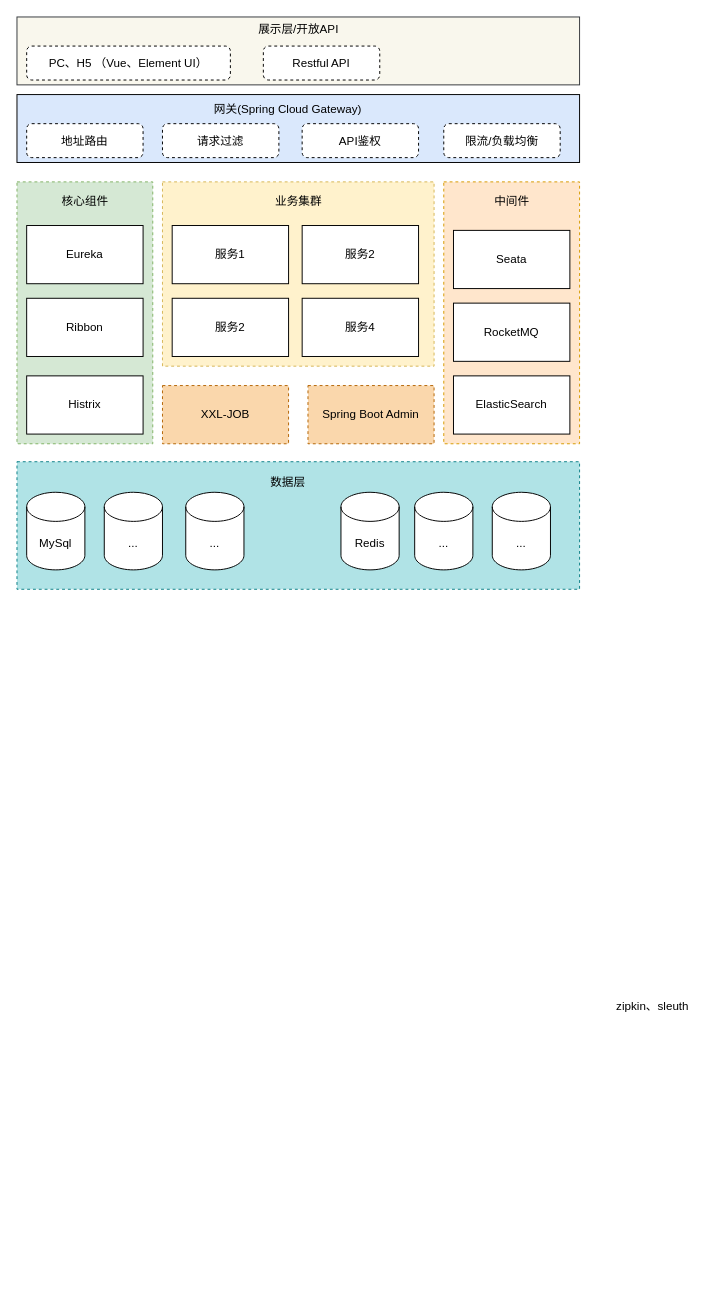
cherishsince/diagrams.net keeps this draw.io diagram as 云his/分布式 云his.drawio. Above is the earlier version. Source tidied: cells renumbered, new cells numbered last; positions are measured from the earlier drawing's top-left corner, leaving out a move shared by most shapes. Both pictures are drawn from the tidied source at 97%, with x=0, y=0 at pixel (16, 16).
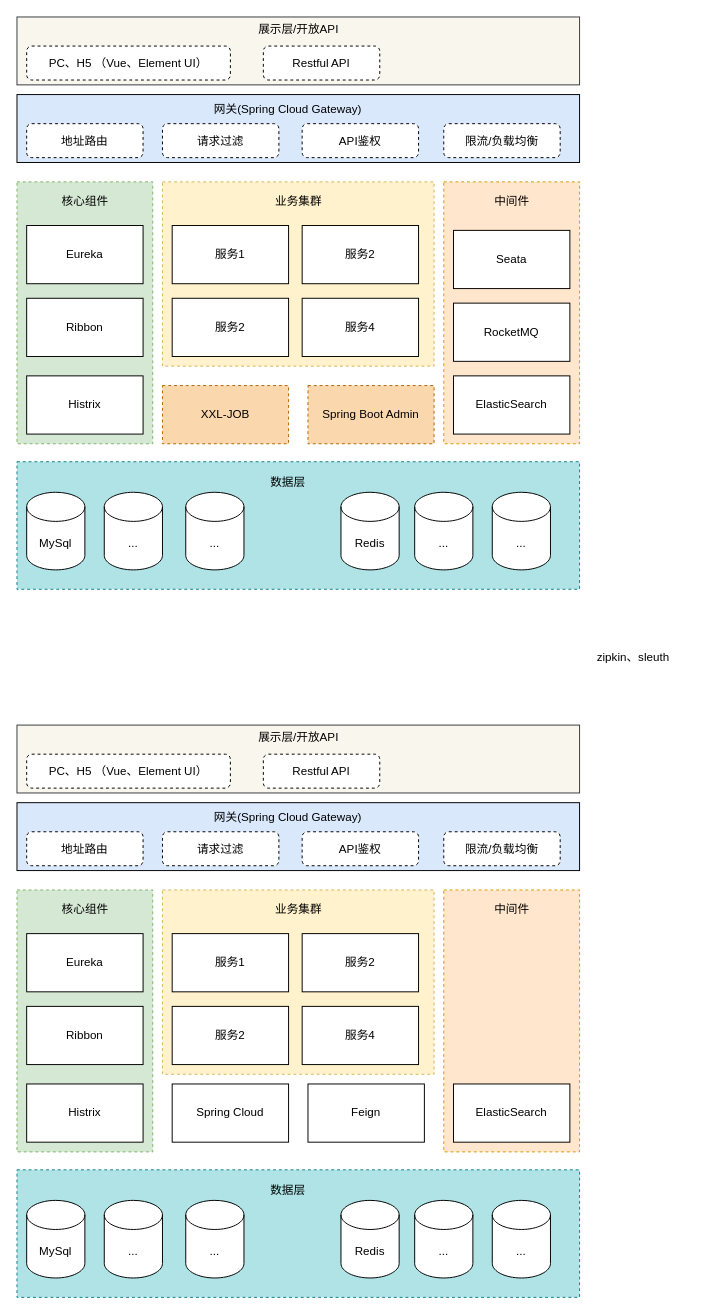
The same page after the edit.

Commit message:
更新分布式 云his.drawio

What changed in the source:
```diff
@@
     <mxCell id="38" value="zipkin、sleuth" style="text;html=1;align=center;verticalAlign=middle;strokeColor=none;" parent="1" vertex="1">
-      <mxGeometry x="610" y="1010" width="90" height="20" as="geometry" />
+      <mxGeometry x="590" y="650" width="90" height="20" as="geometry" />
     </mxCell>
+    <mxCell id="39" style="rounded=0;whiteSpace=wrap;html=1;fillColor=#b0e3e6;strokeColor=#0e8088;dashed=1;" parent="1" vertex="1">
+      <mxGeometry y="1188.5" width="580" height="131.5" as="geometry" />
+    </mxCell>
+    <mxCell id="40" style="rounded=0;whiteSpace=wrap;html=1;dashed=1;fillColor=#d5e8d4;strokeColor=#82b366;" parent="1" vertex="1">
+      <mxGeometry y="900" width="140" height="270" as="geometry" />
+    </mxCell>
+    <mxCell id="41" style="rounded=0;whiteSpace=wrap;html=1;dashed=1;fillColor=#ffe6cc;strokeColor=#d79b00;" parent="1" vertex="1">
+      <mxGeometry x="440" y="900" width="140" height="270" as="geometry" />
+    </mxCell>
+    <mxCell id="42" value="ElasticSearch" style="rounded=0;whiteSpace=wrap;html=1;" parent="1" vertex="1">
+      <mxGeometry x="450" y="1100" width="120" height="60" as="geometry" />
+    </mxCell>
+    <mxCell id="43" style="rounded=0;whiteSpace=wrap;html=1;fillColor=#dae8fc;" parent="1" vertex="1">
+      <mxGeometry y="810" width="580" height="70" as="geometry" />
+    </mxCell>
+    <mxCell id="44" value="MySql" style="shape=cylinder3;whiteSpace=wrap;html=1;boundedLbl=1;backgroundOutline=1;size=15;" parent="1" vertex="1">
+      <mxGeometry x="10" y="1220" width="60" height="80" as="geometry" />
+    </mxCell>
+    <mxCell id="45" value="Redis" style="shape=cylinder3;whiteSpace=wrap;html=1;boundedLbl=1;backgroundOutline=1;size=15;" parent="1" vertex="1">
+      <mxGeometry x="334" y="1220" width="60" height="80" as="geometry" />
+    </mxCell>
+    <mxCell id="46" value="..." style="shape=cylinder3;whiteSpace=wrap;html=1;boundedLbl=1;backgroundOutline=1;size=15;" parent="1" vertex="1">
+      <mxGeometry x="90" y="1220" width="60" height="80" as="geometry" />
+    </mxCell>
+    <mxCell id="47" value="..." style="shape=cylinder3;whiteSpace=wrap;html=1;boundedLbl=1;backgroundOutline=1;size=15;" parent="1" vertex="1">
+      <mxGeometry x="490" y="1220" width="60" height="80" as="geometry" />
+    </mxCell>
+    <mxCell id="48" value="..." style="shape=cylinder3;whiteSpace=wrap;html=1;boundedLbl=1;backgroundOutline=1;size=15;" parent="1" vertex="1">
+      <mxGeometry x="174" y="1220" width="60" height="80" as="geometry" />
+    </mxCell>
+    <mxCell id="49" value="..." style="shape=cylinder3;whiteSpace=wrap;html=1;boundedLbl=1;backgroundOutline=1;size=15;" parent="1" vertex="1">
+      <mxGeometry x="410" y="1220" width="60" height="80" as="geometry" />
+    </mxCell>
+    <mxCell id="50" style="rounded=0;whiteSpace=wrap;html=1;fillColor=#f9f7ed;strokeColor=#36393d;" parent="1" vertex="1">
+      <mxGeometry y="730" width="580" height="70" as="geometry" />
+    </mxCell>
+    <mxCell id="51" value="中间件" style="text;html=1;align=center;verticalAlign=middle;strokeColor=none;" parent="1" vertex="1">
+      <mxGeometry x="485" y="910" width="50" height="20" as="geometry" />
+    </mxCell>
+    <mxCell id="52" style="rounded=0;whiteSpace=wrap;html=1;dashed=1;fillColor=#fff2cc;strokeColor=#d6b656;" parent="1" vertex="1">
+      <mxGeometry x="150" y="900" width="280" height="190" as="geometry" />
+    </mxCell>
+    <mxCell id="53" value="服务1" style="rounded=0;whiteSpace=wrap;html=1;" parent="1" vertex="1">
+      <mxGeometry x="160" y="945" width="120" height="60" as="geometry" />
+    </mxCell>
+    <mxCell id="54" value="服务2" style="rounded=0;whiteSpace=wrap;html=1;" parent="1" vertex="1">
+      <mxGeometry x="294" y="945" width="120" height="60" as="geometry" />
+    </mxCell>
+    <mxCell id="55" value="服务4" style="rounded=0;whiteSpace=wrap;html=1;" parent="1" vertex="1">
+      <mxGeometry x="294" y="1020" width="120" height="60" as="geometry" />
+    </mxCell>
+    <mxCell id="56" value="服务2" style="rounded=0;whiteSpace=wrap;html=1;" parent="1" vertex="1">
+      <mxGeometry x="160" y="1020" width="120" height="60" as="geometry" />
+    </mxCell>
+    <mxCell id="57" value="业务集群" style="text;html=1;align=center;verticalAlign=middle;strokeColor=none;" parent="1" vertex="1">
+      <mxGeometry x="260" y="910" width="60" height="20" as="geometry" />
+    </mxCell>
+    <mxCell id="58" value="Histrix" style="rounded=0;whiteSpace=wrap;html=1;" parent="1" vertex="1">
+      <mxGeometry x="10" y="1100" width="120" height="60" as="geometry" />
+    </mxCell>
+    <mxCell id="59" value="Ribbon" style="rounded=0;whiteSpace=wrap;html=1;" parent="1" vertex="1">
+      <mxGeometry x="10" y="1020" width="120" height="60" as="geometry" />
+    </mxCell>
+    <mxCell id="60" value="核心组件" style="text;html=1;align=center;verticalAlign=middle;strokeColor=none;" parent="1" vertex="1">
+      <mxGeometry x="40" y="910" width="60" height="20" as="geometry" />
+    </mxCell>
+    <mxCell id="61" value="Eureka" style="rounded=0;whiteSpace=wrap;html=1;" parent="1" vertex="1">
+      <mxGeometry x="10" y="945" width="120" height="60" as="geometry" />
+    </mxCell>
+    <mxCell id="62" value="数据层" style="text;html=1;align=center;verticalAlign=middle;strokeColor=none;" parent="1" vertex="1">
+      <mxGeometry x="254" y="1200" width="50" height="20" as="geometry" />
+    </mxCell>
+    <mxCell id="63" value="Restful API" style="rounded=1;whiteSpace=wrap;html=1;dashed=1;" parent="1" vertex="1">
+      <mxGeometry x="254" y="760" width="120" height="35" as="geometry" />
+    </mxCell>
+    <mxCell id="64" value="PC、H5 （Vue、Element UI）" style="rounded=1;whiteSpace=wrap;html=1;dashed=1;" parent="1" vertex="1">
+      <mxGeometry x="10" y="760" width="210" height="35" as="geometry" />
+    </mxCell>
+    <mxCell id="65" value="地址路由" style="rounded=1;whiteSpace=wrap;html=1;dashed=1;" parent="1" vertex="1">
+      <mxGeometry x="10" y="840" width="120" height="35" as="geometry" />
+    </mxCell>
+    <mxCell id="66" value="&lt;span&gt;网关(Spring Cloud Gateway)&lt;/span&gt;" style="text;html=1;align=center;verticalAlign=middle;strokeColor=none;" parent="1" vertex="1">
+      <mxGeometry x="194" y="815" width="170" height="20" as="geometry" />
+    </mxCell>
+    <mxCell id="67" value="请求过滤" style="rounded=1;whiteSpace=wrap;html=1;dashed=1;" parent="1" vertex="1">
+      <mxGeometry x="150" y="840" width="120" height="35" as="geometry" />
+    </mxCell>
+    <mxCell id="68" value="API鉴权" style="rounded=1;whiteSpace=wrap;html=1;dashed=1;" parent="1" vertex="1">
+      <mxGeometry x="294" y="840" width="120" height="35" as="geometry" />
+    </mxCell>
+    <mxCell id="69" value="限流/负载均衡" style="rounded=1;whiteSpace=wrap;html=1;dashed=1;" parent="1" vertex="1">
+      <mxGeometry x="440" y="840" width="120" height="35" as="geometry" />
+    </mxCell>
+    <mxCell id="70" value="展示层/开放API" style="text;html=1;align=center;verticalAlign=middle;strokeColor=none;" parent="1" vertex="1">
+      <mxGeometry x="240" y="733" width="100" height="20" as="geometry" />
+    </mxCell>
+    <mxCell id="71" value="Spring Cloud" style="rounded=0;whiteSpace=wrap;html=1;" parent="1" vertex="1">
+      <mxGeometry x="160" y="1100" width="120" height="60" as="geometry" />
+    </mxCell>
+    <mxCell id="72" value="Feign" style="rounded=0;whiteSpace=wrap;html=1;" parent="1" vertex="1">
+      <mxGeometry x="300" y="1100" width="120" height="60" as="geometry" />
+    </mxCell>
```
